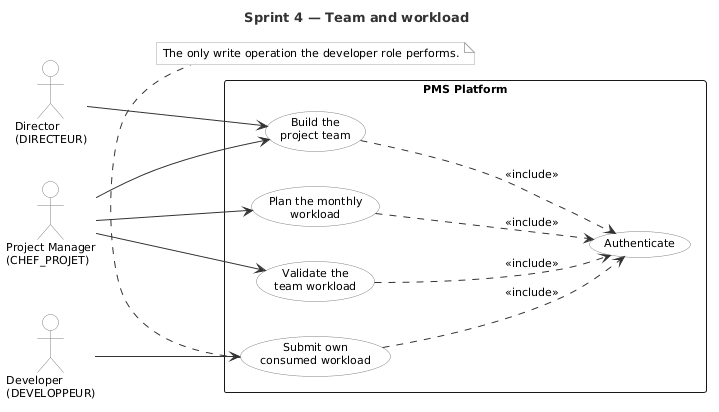
mazenrakrouki/tekup-pms-platform keeps this PlantUML diagram as report/Rapport PFE TEKUP LATEX/img/uc_sprint4.png. Above is the earlier version.
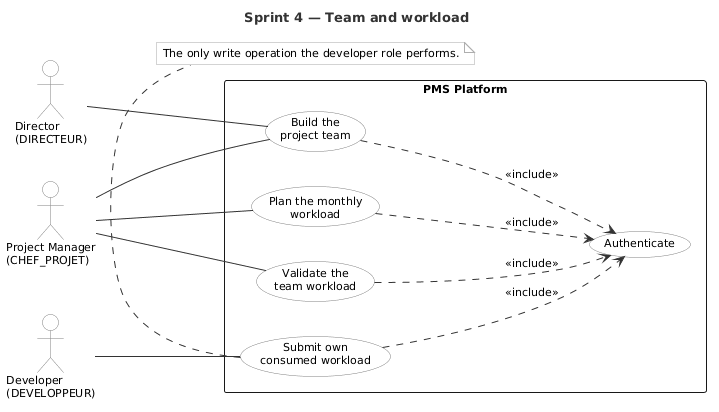
The same diagram one commit later.

Diff of the diagram source:
```diff
@@ -29,11 +29,11 @@
   usecase "Authenticate" as UC0
 }
 
-Dir --> UC1
-PM --> UC1
-PM --> UC2
-PM --> UC4
-Dev --> UC3
+Dir -- UC1
+PM -- UC1
+PM -- UC2
+PM -- UC4
+Dev -- UC3
 UC1 ..> UC0 : <<include>>
 UC2 ..> UC0 : <<include>>
 UC3 ..> UC0 : <<include>>
```
